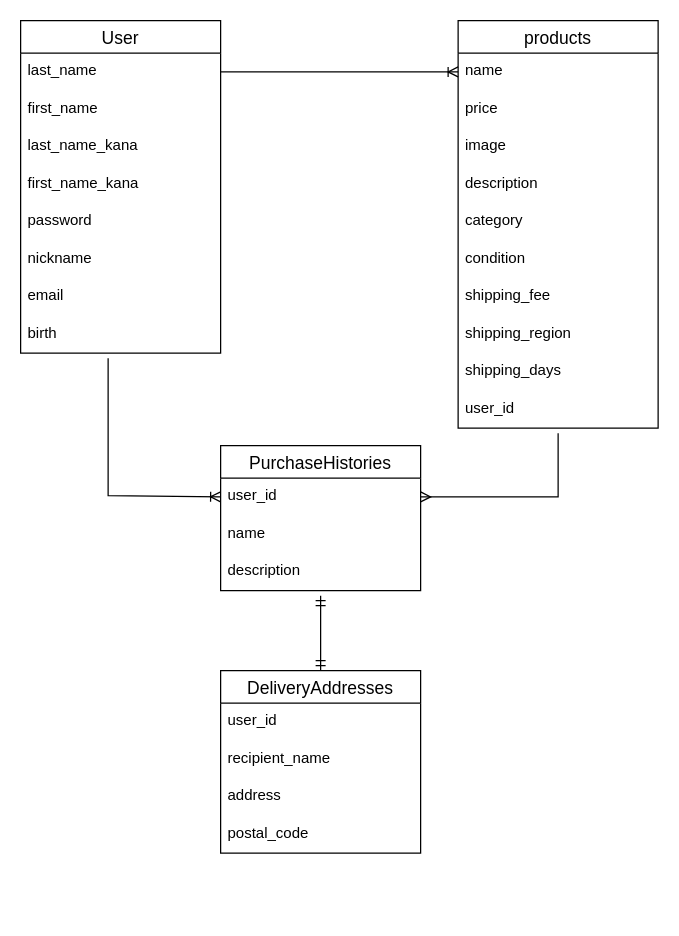
The draw.io diagram furima.dio in naka-nana/furima-40244, before the edit. Source tidied: cells renumbered, new cells numbered last; positions are measured from the earlier drawing's top-left corner, leaving out a move shared by most shapes. Both pictures are drawn from the tidied source at 125%, with x=0, y=0 at pixel (20, 20).
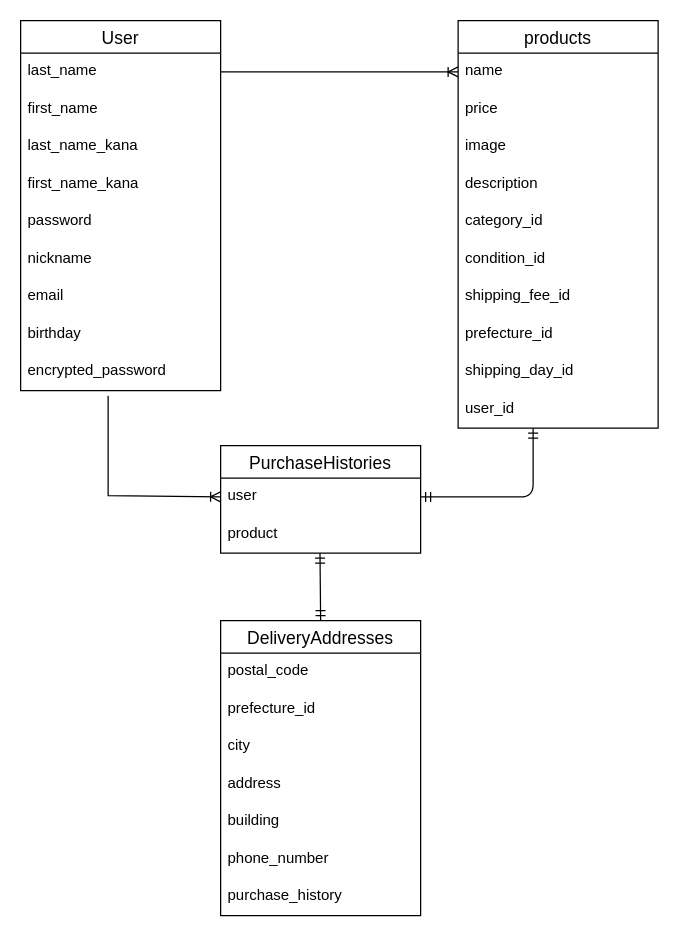
The same page after the edit.

The change refers to these unchanged cells:
```xml
<mxCell id="2" value="products" style="swimlane;fontStyle=0;horizontal=1;startSize=26;align=center;fontSize=14;" parent="1" vertex="1">
  <mxGeometry x="350" width="160" height="326" as="geometry" />
</mxCell>
```

Change to the diagram source:
```diff
@@
-    <mxCell id="7" value="category" style="text;strokeColor=none;fillColor=none;spacingLeft=4;spacingRight=4;overflow=hidden;fontSize=12;" parent="2" vertex="1">
+    <mxCell id="7" value="category_id" style="text;strokeColor=none;fillColor=none;spacingLeft=4;spacingRight=4;overflow=hidden;fontSize=12;" parent="2" vertex="1">
       <mxGeometry y="146" width="160" height="30" as="geometry" />
     </mxCell>
-    <mxCell id="8" value="condition" style="text;strokeColor=none;fillColor=none;spacingLeft=4;spacingRight=4;overflow=hidden;fontSize=12;" parent="2" vertex="1">
+    <mxCell id="8" value="condition_id" style="text;strokeColor=none;fillColor=none;spacingLeft=4;spacingRight=4;overflow=hidden;fontSize=12;" parent="2" vertex="1">
       <mxGeometry y="176" width="160" height="30" as="geometry" />
     </mxCell>
-    <mxCell id="9" value="shipping_fee" style="text;strokeColor=none;fillColor=none;spacingLeft=4;spacingRight=4;overflow=hidden;fontSize=12;" parent="2" vertex="1">
+    <mxCell id="9" value="shipping_fee_id" style="text;strokeColor=none;fillColor=none;spacingLeft=4;spacingRight=4;overflow=hidden;fontSize=12;" parent="2" vertex="1">
       <mxGeometry y="206" width="160" height="30" as="geometry" />
     </mxCell>
-    <mxCell id="10" value="shipping_region" style="text;strokeColor=none;fillColor=none;spacingLeft=4;spacingRight=4;overflow=hidden;fontSize=12;" parent="2" vertex="1">
+    <mxCell id="10" value="prefecture_id" style="text;strokeColor=none;fillColor=none;spacingLeft=4;spacingRight=4;overflow=hidden;fontSize=12;" parent="2" vertex="1">
       <mxGeometry y="236" width="160" height="30" as="geometry" />
     </mxCell>
-    <mxCell id="11" value="shipping_days" style="text;strokeColor=none;fillColor=none;spacingLeft=4;spacingRight=4;overflow=hidden;fontSize=12;" parent="2" vertex="1">
+    <mxCell id="11" value="shipping_day_id" style="text;strokeColor=none;fillColor=none;spacingLeft=4;spacingRight=4;overflow=hidden;fontSize=12;" parent="2" vertex="1">
       <mxGeometry y="266" width="160" height="30" as="geometry" />
     </mxCell>
@@
     <mxCell id="13" value="User" style="swimlane;fontStyle=0;horizontal=1;startSize=26;align=center;fontSize=14;" parent="1" vertex="1">
-      <mxGeometry width="160" height="266" as="geometry" />
+      <mxGeometry width="160" height="296" as="geometry" />
     </mxCell>
@@
-    <mxCell id="21" value="birth" style="text;strokeColor=none;fillColor=none;spacingLeft=4;spacingRight=4;overflow=hidden;fontSize=12;" parent="13" vertex="1">
+    <mxCell id="21" value="birthday" style="text;strokeColor=none;fillColor=none;spacingLeft=4;spacingRight=4;overflow=hidden;fontSize=12;" parent="13" vertex="1">
       <mxGeometry y="236" width="160" height="30" as="geometry" />
     </mxCell>
+    <mxCell id="35" value="encrypted_password" style="text;strokeColor=none;fillColor=none;spacingLeft=4;spacingRight=4;overflow=hidden;fontSize=12;" parent="13" vertex="1">
+      <mxGeometry y="266" width="160" height="30" as="geometry" />
+    </mxCell>
     <mxCell id="22" value="PurchaseHistories" style="swimlane;fontStyle=0;horizontal=1;startSize=26;align=center;fontSize=14;swimlaneFillColor=default;" parent="1" vertex="1">
-      <mxGeometry x="160" y="340" width="160" height="116" as="geometry" />
+      <mxGeometry x="160" y="340" width="160" height="86" as="geometry" />
     </mxCell>
-    <mxCell id="23" value="user_id" style="text;strokeColor=none;fillColor=none;spacingLeft=4;spacingRight=4;overflow=hidden;points=[[0,0.5],[1,0.5]];portConstraint=eastwest;fontSize=12;" parent="22" vertex="1">
+    <mxCell id="23" value="user" style="text;strokeColor=none;fillColor=none;spacingLeft=4;spacingRight=4;overflow=hidden;points=[[0,0.5],[1,0.5]];portConstraint=eastwest;fontSize=12;" parent="22" vertex="1">
       <mxGeometry y="26" width="160" height="30" as="geometry" />
     </mxCell>
-    <mxCell id="24" value="name" style="text;strokeColor=none;fillColor=none;spacingLeft=4;spacingRight=4;overflow=hidden;fontSize=12;" parent="22" vertex="1">
-      <mxGeometry y="56" width="160" height="30" as="geometry" />
-    </mxCell>
-    <mxCell id="25" value="description" style="text;strokeColor=none;fillColor=none;spacingLeft=4;spacingRight=4;overflow=hidden;fontSize=12;" parent="22" vertex="1">
-      <mxGeometry y="86" width="160" height="30" as="geometry" />
+    <mxCell id="25" value="product" style="text;strokeColor=none;fillColor=none;spacingLeft=4;spacingRight=4;overflow=hidden;fontSize=12;" parent="22" vertex="1">
+      <mxGeometry y="56" width="160" height="30" as="geometry" />
     </mxCell>
@@
     <mxCell id="27" style="edgeStyle=orthogonalEdgeStyle;fontSize=12;html=1;endArrow=ERoneToMany;rounded=0;strokeColor=default;entryX=0;entryY=0.5;entryDx=0;entryDy=0;" parent="1" edge="1" target="23">
       <mxGeometry relative="1" as="geometry">
-        <mxPoint x="70" y="270" as="sourcePoint" />
+        <mxPoint x="70" y="300" as="sourcePoint" />
         <Array as="points">
           <mxPoint x="70" y="380" />
         </Array>
       </mxGeometry>
     </mxCell>
-    <mxCell id="28" style="fontSize=12;html=1;endArrow=ERmany;rounded=0;strokeColor=default;entryX=1;entryY=0.5;entryDx=0;entryDy=0;edgeStyle=orthogonalEdgeStyle;" parent="1" edge="1" target="23">
-      <mxGeometry relative="1" as="geometry">
-        <mxPoint x="430" y="330" as="sourcePoint" />
-        <Array as="points">
-          <mxPoint x="430" y="381" />
-        </Array>
-      </mxGeometry>
-    </mxCell>
     <mxCell id="29" value="DeliveryAddresses" style="swimlane;fontStyle=0;horizontal=1;startSize=26;align=center;fontSize=14;" parent="1" vertex="1">
-      <mxGeometry x="160" y="520" width="160" height="146" as="geometry" />
+      <mxGeometry x="160" y="480" width="160" height="236" as="geometry" />
     </mxCell>
-    <mxCell id="30" value="user_id" style="text;strokeColor=none;fillColor=none;spacingLeft=4;spacingRight=4;overflow=hidden;fontSize=12;" parent="29" vertex="1">
+    <mxCell id="30" value="postal_code " style="text;strokeColor=none;fillColor=none;spacingLeft=4;spacingRight=4;overflow=hidden;fontSize=12;" parent="29" vertex="1">
       <mxGeometry y="26" width="160" height="30" as="geometry" />
     </mxCell>
-    <mxCell id="31" value="recipient_name" style="text;strokeColor=none;fillColor=none;spacingLeft=4;spacingRight=4;overflow=hidden;fontSize=12;" parent="29" vertex="1">
+    <mxCell id="31" value="prefecture_id" style="text;strokeColor=none;fillColor=none;spacingLeft=4;spacingRight=4;overflow=hidden;fontSize=12;" parent="29" vertex="1">
       <mxGeometry y="56" width="160" height="30" as="geometry" />
     </mxCell>
-    <mxCell id="32" value="address " style="text;strokeColor=none;fillColor=none;spacingLeft=4;spacingRight=4;overflow=hidden;fontSize=12;" parent="29" vertex="1">
+    <mxCell id="32" value="city " style="text;strokeColor=none;fillColor=none;spacingLeft=4;spacingRight=4;overflow=hidden;fontSize=12;" parent="29" vertex="1">
       <mxGeometry y="86" width="160" height="30" as="geometry" />
     </mxCell>
-    <mxCell id="33" value="postal_code " style="text;strokeColor=none;fillColor=none;spacingLeft=4;spacingRight=4;overflow=hidden;fontSize=12;" parent="29" vertex="1">
+    <mxCell id="33" value="address" style="text;strokeColor=none;fillColor=none;spacingLeft=4;spacingRight=4;overflow=hidden;fontSize=12;" parent="29" vertex="1">
       <mxGeometry y="116" width="160" height="30" as="geometry" />
     </mxCell>
+    <mxCell id="36" value="building" style="text;strokeColor=none;fillColor=none;spacingLeft=4;spacingRight=4;overflow=hidden;fontSize=12;" parent="29" vertex="1">
+      <mxGeometry y="146" width="160" height="30" as="geometry" />
+    </mxCell>
+    <mxCell id="37" value="phone_number" style="text;strokeColor=none;fillColor=none;spacingLeft=4;spacingRight=4;overflow=hidden;fontSize=12;" parent="29" vertex="1">
+      <mxGeometry y="176" width="160" height="30" as="geometry" />
+    </mxCell>
+    <mxCell id="38" value="purchase_history" style="text;strokeColor=none;fillColor=none;spacingLeft=4;spacingRight=4;overflow=hidden;fontSize=12;" parent="29" vertex="1">
+      <mxGeometry y="206" width="160" height="30" as="geometry" />
+    </mxCell>
     <mxCell id="34" style="fontSize=12;html=1;endArrow=ERmandOne;startArrow=ERmandOne;" parent="1" edge="1">
       <mxGeometry relative="1" as="geometry">
-        <mxPoint x="240" y="460" as="sourcePoint" />
-        <mxPoint x="240" y="520" as="targetPoint" />
+        <mxPoint x="239.5" y="426" as="sourcePoint" />
+        <mxPoint x="240" y="480" as="targetPoint" />
       </mxGeometry>
     </mxCell>
+    <mxCell id="39" style="fontSize=12;html=1;endArrow=ERmandOne;startArrow=ERmandOne;entryX=1;entryY=0.5;entryDx=0;entryDy=0;" parent="1" edge="1" target="23">
+      <mxGeometry relative="1" as="geometry">
+        <mxPoint x="410" y="326" as="sourcePoint" />
+        <Array as="points">
+          <mxPoint x="410" y="381" />
+        </Array>
+      </mxGeometry>
+    </mxCell>
```
